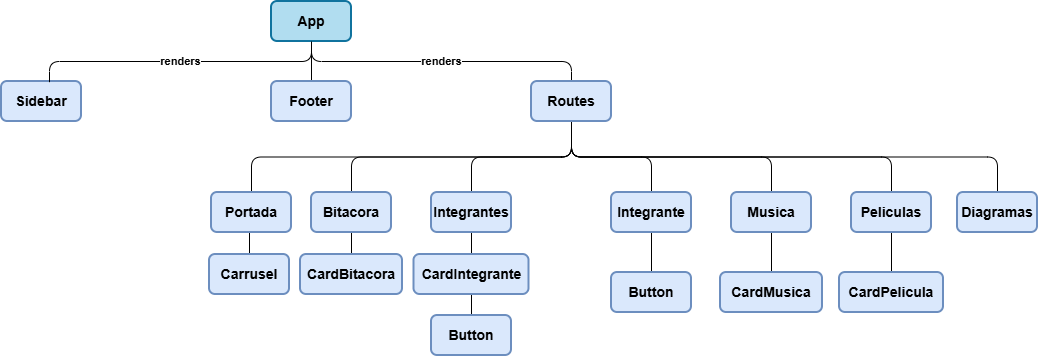
Before: public/Renderizado.drawio.png, a diagram exported from draw.io (romanrios/ifts-front-tp3). Source tidied: cells renumbered, new cells last; positions are measured from the earlier drawing's top-left corner, leaving out a move shared by most shapes.
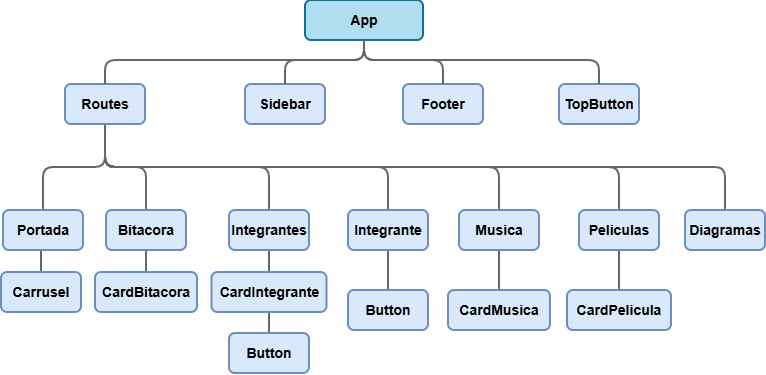
Above is the later version.

Commit message:
diagrama modo oscuro

Diff of the diagram source:
```diff
@@ -2,92 +2,83 @@
   <root>
     <mxCell id="0" />
     <mxCell id="1" parent="0" />
-    <mxCell id="2" value="&lt;b&gt;renders&lt;/b&gt;" style="edgeStyle=orthogonalEdgeStyle;rounded=1;jettySize=auto;html=1;exitX=0.5;exitY=1;exitDx=0;exitDy=0;curved=0;endArrow=none;endFill=0;" parent="1" edge="1" source="4" target="13">
-      <mxGeometry relative="1" as="geometry" />
-    </mxCell>
-    <mxCell id="3" style="edgeStyle=orthogonalEdgeStyle;rounded=0;jettySize=auto;html=1;exitX=0.5;exitY=1;exitDx=0;exitDy=0;endArrow=none;endFill=0;" parent="1" edge="1" source="4" target="38">
-      <mxGeometry relative="1" as="geometry" />
-    </mxCell>
     <mxCell id="4" value="App" style="rounded=1;whiteSpace=wrap;html=1;fillColor=#b1ddf0;strokeColor=#10739e;strokeWidth=2;fontStyle=1;fontSize=14;" parent="1" vertex="1">
-      <mxGeometry x="270" width="80" height="40" as="geometry" />
+      <mxGeometry x="280" y="-19" width="118" height="40" as="geometry" />
     </mxCell>
     <mxCell id="5" value="Sidebar" style="rounded=1;whiteSpace=wrap;html=1;fillColor=#dae8fc;strokeColor=#6c8ebf;strokeWidth=2;fontStyle=1;fontSize=14;" parent="1" vertex="1">
-      <mxGeometry y="80" width="80" height="40" as="geometry" />
+      <mxGeometry x="220" y="65" width="80" height="40" as="geometry" />
     </mxCell>
-    <mxCell id="6" style="edgeStyle=orthogonalEdgeStyle;rounded=1;jettySize=auto;html=1;exitX=0.5;exitY=1;exitDx=0;exitDy=0;entryX=0.5;entryY=0;entryDx=0;entryDy=0;curved=0;endArrow=none;endFill=0;" parent="1" edge="1" source="13" target="16">
+    <mxCell id="6" style="edgeStyle=orthogonalEdgeStyle;rounded=1;jettySize=auto;html=1;exitX=0.5;exitY=1;exitDx=0;exitDy=0;entryX=0.5;entryY=0;entryDx=0;entryDy=0;curved=0;endArrow=none;endFill=0;fillColor=#f5f5f5;strokeColor=#666666;strokeWidth=2;" parent="1" edge="1" source="13" target="16">
       <mxGeometry relative="1" as="geometry" />
     </mxCell>
-    <mxCell id="7" style="edgeStyle=orthogonalEdgeStyle;rounded=1;jettySize=auto;html=1;exitX=0.5;exitY=1;exitDx=0;exitDy=0;entryX=0.5;entryY=0;entryDx=0;entryDy=0;curved=0;endArrow=none;endFill=0;" parent="1" edge="1" source="13" target="18">
+    <mxCell id="7" style="edgeStyle=orthogonalEdgeStyle;rounded=1;jettySize=auto;html=1;exitX=0.5;exitY=1;exitDx=0;exitDy=0;entryX=0.5;entryY=0;entryDx=0;entryDy=0;curved=0;endArrow=none;endFill=0;fillColor=#f5f5f5;strokeColor=#666666;strokeWidth=2;" parent="1" edge="1" source="13" target="18">
       <mxGeometry relative="1" as="geometry" />
     </mxCell>
-    <mxCell id="8" style="edgeStyle=orthogonalEdgeStyle;rounded=1;jettySize=auto;html=1;exitX=0.5;exitY=1;exitDx=0;exitDy=0;curved=0;endArrow=none;endFill=0;" parent="1" edge="1" source="13" target="20">
+    <mxCell id="8" style="edgeStyle=orthogonalEdgeStyle;rounded=1;jettySize=auto;html=1;exitX=0.5;exitY=1;exitDx=0;exitDy=0;curved=0;endArrow=none;endFill=0;fillColor=#f5f5f5;strokeColor=#666666;strokeWidth=2;" parent="1" edge="1" source="13" target="20">
       <mxGeometry relative="1" as="geometry" />
     </mxCell>
-    <mxCell id="9" style="edgeStyle=orthogonalEdgeStyle;rounded=1;jettySize=auto;html=1;exitX=0.5;exitY=1;exitDx=0;exitDy=0;entryX=0.5;entryY=0;entryDx=0;entryDy=0;curved=0;endArrow=none;endFill=0;" parent="1" edge="1" source="13" target="23">
+    <mxCell id="9" style="edgeStyle=orthogonalEdgeStyle;rounded=1;jettySize=auto;html=1;exitX=0.5;exitY=1;exitDx=0;exitDy=0;entryX=0.5;entryY=0;entryDx=0;entryDy=0;curved=0;endArrow=none;endFill=0;fillColor=#f5f5f5;strokeColor=#666666;strokeWidth=2;" parent="1" edge="1" source="13" target="23">
       <mxGeometry relative="1" as="geometry" />
     </mxCell>
-    <mxCell id="10" style="edgeStyle=orthogonalEdgeStyle;rounded=1;jettySize=auto;html=1;exitX=0.5;exitY=1;exitDx=0;exitDy=0;curved=0;endArrow=none;endFill=0;" parent="1" edge="1" source="13" target="25">
+    <mxCell id="10" style="edgeStyle=orthogonalEdgeStyle;rounded=1;jettySize=auto;html=1;exitX=0.5;exitY=1;exitDx=0;exitDy=0;curved=0;endArrow=none;endFill=0;fillColor=#f5f5f5;strokeColor=#666666;strokeWidth=2;" parent="1" edge="1" source="13" target="25">
       <mxGeometry relative="1" as="geometry" />
     </mxCell>
-    <mxCell id="11" style="edgeStyle=orthogonalEdgeStyle;rounded=1;jettySize=auto;html=1;exitX=0.5;exitY=1;exitDx=0;exitDy=0;curved=0;endArrow=none;endFill=0;" parent="1" edge="1" source="13" target="27">
+    <mxCell id="11" style="edgeStyle=orthogonalEdgeStyle;rounded=1;jettySize=auto;html=1;exitX=0.5;exitY=1;exitDx=0;exitDy=0;curved=0;endArrow=none;endFill=0;fillColor=#f5f5f5;strokeColor=#666666;strokeWidth=2;" parent="1" edge="1" source="13" target="27">
       <mxGeometry relative="1" as="geometry" />
     </mxCell>
-    <mxCell id="12" style="edgeStyle=orthogonalEdgeStyle;rounded=1;jettySize=auto;html=1;exitX=0.5;exitY=1;exitDx=0;exitDy=0;curved=0;endArrow=none;endFill=0;" parent="1" edge="1" source="13" target="37">
+    <mxCell id="12" style="edgeStyle=orthogonalEdgeStyle;rounded=1;jettySize=auto;html=1;exitX=0.5;exitY=1;exitDx=0;exitDy=0;curved=0;endArrow=none;endFill=0;fillColor=#f5f5f5;strokeColor=#666666;strokeWidth=2;" parent="1" edge="1" source="13" target="37">
       <mxGeometry relative="1" as="geometry" />
     </mxCell>
     <mxCell id="13" value="Routes" style="rounded=1;whiteSpace=wrap;html=1;fillColor=#dae8fc;strokeColor=#6c8ebf;strokeWidth=2;fontStyle=1;fontSize=14;" parent="1" vertex="1">
-      <mxGeometry x="530" y="80" width="80" height="40" as="geometry" />
+      <mxGeometry x="40" y="65" width="80" height="40" as="geometry" />
     </mxCell>
-    <mxCell id="14" value="&lt;b&gt;renders&lt;/b&gt;" style="edgeStyle=orthogonalEdgeStyle;rounded=1;jettySize=auto;html=1;exitX=0.5;exitY=1;exitDx=0;exitDy=0;entryX=0.6;entryY=0.017;entryDx=0;entryDy=0;entryPerimeter=0;curved=0;endArrow=none;endFill=0;" parent="1" edge="1" source="4" target="5">
-      <mxGeometry relative="1" as="geometry" />
-    </mxCell>
-    <mxCell id="15" style="edgeStyle=orthogonalEdgeStyle;rounded=0;jettySize=auto;html=1;exitX=0.5;exitY=1;exitDx=0;exitDy=0;entryX=0.5;entryY=0;entryDx=0;entryDy=0;endArrow=none;endFill=0;" parent="1" edge="1" source="16" target="39">
+    <mxCell id="15" style="edgeStyle=orthogonalEdgeStyle;rounded=0;jettySize=auto;html=1;exitX=0.5;exitY=1;exitDx=0;exitDy=0;entryX=0.5;entryY=0;entryDx=0;entryDy=0;endArrow=none;endFill=0;fillColor=#f5f5f5;strokeColor=#666666;strokeWidth=2;" parent="1" edge="1" source="16" target="39">
       <mxGeometry relative="1" as="geometry" />
     </mxCell>
     <mxCell id="16" value="Portada" style="rounded=1;whiteSpace=wrap;html=1;fillColor=#dae8fc;strokeColor=#6c8ebf;strokeWidth=2;fontStyle=1;fontSize=14;" parent="1" vertex="1">
-      <mxGeometry x="210" y="191" width="80" height="40" as="geometry" />
+      <mxGeometry x="-22" y="191" width="80" height="40" as="geometry" />
     </mxCell>
-    <mxCell id="17" style="edgeStyle=orthogonalEdgeStyle;rounded=0;jettySize=auto;html=1;exitX=0.5;exitY=1;exitDx=0;exitDy=0;entryX=0.5;entryY=0;entryDx=0;entryDy=0;endArrow=none;endFill=0;" parent="1" edge="1" source="18" target="36">
+    <mxCell id="17" style="edgeStyle=orthogonalEdgeStyle;rounded=0;jettySize=auto;html=1;exitX=0.5;exitY=1;exitDx=0;exitDy=0;entryX=0.5;entryY=0;entryDx=0;entryDy=0;endArrow=none;endFill=0;fillColor=#f5f5f5;strokeColor=#666666;strokeWidth=2;" parent="1" edge="1" source="18" target="36">
       <mxGeometry relative="1" as="geometry" />
     </mxCell>
     <mxCell id="18" value="Bitacora" style="rounded=1;whiteSpace=wrap;html=1;fillColor=#dae8fc;strokeColor=#6c8ebf;strokeWidth=2;fontStyle=1;fontSize=14;" parent="1" vertex="1">
-      <mxGeometry x="310" y="191" width="80" height="40" as="geometry" />
+      <mxGeometry x="81" y="191" width="80" height="40" as="geometry" />
     </mxCell>
-    <mxCell id="19" style="edgeStyle=orthogonalEdgeStyle;rounded=1;jettySize=auto;html=1;exitX=0.5;exitY=1;exitDx=0;exitDy=0;entryX=0.5;entryY=0;entryDx=0;entryDy=0;curved=0;endArrow=none;endFill=0;" parent="1" edge="1" source="20" target="29">
+    <mxCell id="19" style="edgeStyle=orthogonalEdgeStyle;rounded=1;jettySize=auto;html=1;exitX=0.5;exitY=1;exitDx=0;exitDy=0;entryX=0.5;entryY=0;entryDx=0;entryDy=0;curved=0;endArrow=none;endFill=0;fillColor=#f5f5f5;strokeColor=#666666;strokeWidth=2;" parent="1" edge="1" source="20" target="29">
       <mxGeometry relative="1" as="geometry" />
     </mxCell>
     <mxCell id="20" value="Integrantes" style="rounded=1;whiteSpace=wrap;html=1;fillColor=#dae8fc;strokeColor=#6c8ebf;strokeWidth=2;fontStyle=1;fontSize=14;" parent="1" vertex="1">
-      <mxGeometry x="430" y="191" width="80" height="40" as="geometry" />
+      <mxGeometry x="204" y="191" width="80" height="40" as="geometry" />
     </mxCell>
-    <mxCell id="21" style="edgeStyle=orthogonalEdgeStyle;rounded=1;jettySize=auto;html=1;exitX=0.5;exitY=1;exitDx=0;exitDy=0;entryX=0.5;entryY=0;entryDx=0;entryDy=0;strokeColor=none;curved=0;endArrow=none;endFill=0;" parent="1" edge="1" source="23" target="33">
+    <mxCell id="21" style="edgeStyle=orthogonalEdgeStyle;rounded=1;jettySize=auto;html=1;exitX=0.5;exitY=1;exitDx=0;exitDy=0;entryX=0.5;entryY=0;entryDx=0;entryDy=0;strokeColor=#666666;curved=0;endArrow=none;endFill=0;fillColor=#f5f5f5;strokeWidth=2;" parent="1" edge="1" source="23" target="33">
       <mxGeometry relative="1" as="geometry" />
     </mxCell>
-    <mxCell id="22" style="edgeStyle=orthogonalEdgeStyle;rounded=0;jettySize=auto;html=1;exitX=0.5;exitY=1;exitDx=0;exitDy=0;entryX=0.5;entryY=0;entryDx=0;entryDy=0;endArrow=none;endFill=0;" parent="1" edge="1" source="23" target="33">
+    <mxCell id="22" style="edgeStyle=orthogonalEdgeStyle;rounded=0;jettySize=auto;html=1;exitX=0.5;exitY=1;exitDx=0;exitDy=0;entryX=0.5;entryY=0;entryDx=0;entryDy=0;endArrow=none;endFill=0;fillColor=#f5f5f5;strokeColor=#666666;strokeWidth=2;" parent="1" edge="1" source="23" target="33">
       <mxGeometry relative="1" as="geometry" />
     </mxCell>
     <mxCell id="23" value="Integrante" style="rounded=1;whiteSpace=wrap;html=1;fillColor=#dae8fc;strokeColor=#6c8ebf;strokeWidth=2;fontStyle=1;fontSize=14;" parent="1" vertex="1">
-      <mxGeometry x="610" y="191" width="80" height="40" as="geometry" />
+      <mxGeometry x="323" y="191" width="80" height="40" as="geometry" />
     </mxCell>
-    <mxCell id="24" style="edgeStyle=orthogonalEdgeStyle;rounded=0;jettySize=auto;html=1;exitX=0.5;exitY=1;exitDx=0;exitDy=0;entryX=0.5;entryY=0;entryDx=0;entryDy=0;endArrow=none;endFill=0;" parent="1" edge="1" source="25" target="34">
+    <mxCell id="24" style="edgeStyle=orthogonalEdgeStyle;rounded=0;jettySize=auto;html=1;exitX=0.5;exitY=1;exitDx=0;exitDy=0;entryX=0.5;entryY=0;entryDx=0;entryDy=0;endArrow=none;endFill=0;fillColor=#f5f5f5;strokeColor=#666666;strokeWidth=2;" parent="1" edge="1" source="25" target="34">
       <mxGeometry relative="1" as="geometry" />
     </mxCell>
     <mxCell id="25" value="Musica" style="rounded=1;whiteSpace=wrap;html=1;fillColor=#dae8fc;strokeColor=#6c8ebf;strokeWidth=2;fontStyle=1;fontSize=14;" parent="1" vertex="1">
-      <mxGeometry x="730" y="191" width="80" height="40" as="geometry" />
+      <mxGeometry x="434" y="191" width="80" height="40" as="geometry" />
     </mxCell>
-    <mxCell id="26" style="edgeStyle=orthogonalEdgeStyle;rounded=0;jettySize=auto;html=1;exitX=0.5;exitY=1;exitDx=0;exitDy=0;entryX=0.5;entryY=0;entryDx=0;entryDy=0;endArrow=none;endFill=0;" parent="1" edge="1" source="27" target="35">
+    <mxCell id="26" style="edgeStyle=orthogonalEdgeStyle;rounded=0;jettySize=auto;html=1;exitX=0.5;exitY=1;exitDx=0;exitDy=0;entryX=0.5;entryY=0;entryDx=0;entryDy=0;endArrow=none;endFill=0;fillColor=#f5f5f5;strokeColor=#666666;strokeWidth=2;" parent="1" edge="1" source="27" target="35">
       <mxGeometry relative="1" as="geometry" />
     </mxCell>
     <mxCell id="27" value="Peliculas" style="rounded=1;whiteSpace=wrap;html=1;fillColor=#dae8fc;strokeColor=#6c8ebf;strokeWidth=2;fontStyle=1;fontSize=14;" parent="1" vertex="1">
-      <mxGeometry x="850" y="191" width="80" height="40" as="geometry" />
+      <mxGeometry x="554" y="191" width="80" height="40" as="geometry" />
     </mxCell>
-    <mxCell id="28" style="edgeStyle=orthogonalEdgeStyle;rounded=0;jettySize=auto;html=1;exitX=0.5;exitY=1;exitDx=0;exitDy=0;entryX=0.5;entryY=0;entryDx=0;entryDy=0;endArrow=none;endFill=0;" parent="1" edge="1" source="29" target="30">
+    <mxCell id="28" style="edgeStyle=orthogonalEdgeStyle;rounded=0;jettySize=auto;html=1;exitX=0.5;exitY=1;exitDx=0;exitDy=0;entryX=0.5;entryY=0;entryDx=0;entryDy=0;endArrow=none;endFill=0;fillColor=#f5f5f5;strokeColor=#666666;strokeWidth=2;" parent="1" edge="1" source="29" target="30">
       <mxGeometry relative="1" as="geometry" />
     </mxCell>
     <mxCell id="29" value="CardIntegrante" style="rounded=1;whiteSpace=wrap;html=1;fillColor=#dae8fc;strokeColor=#6c8ebf;strokeWidth=2;fontStyle=1;fontSize=14;" parent="1" vertex="1">
-      <mxGeometry x="412.5" y="253" width="115" height="40" as="geometry" />
+      <mxGeometry x="186.5" y="253" width="115" height="40" as="geometry" />
     </mxCell>
     <mxCell id="30" value="Button" style="rounded=1;whiteSpace=wrap;html=1;fillColor=#dae8fc;strokeColor=#6c8ebf;strokeWidth=2;fontStyle=1;fontSize=14;" parent="1" vertex="1">
-      <mxGeometry x="430" y="314" width="80" height="40" as="geometry" />
+      <mxGeometry x="204" y="314" width="80" height="40" as="geometry" />
     </mxCell>
     <mxCell id="31" style="edgeStyle=orthogonalEdgeStyle;rounded=0;orthogonalLoop=1;jettySize=auto;html=1;exitX=0.5;exitY=1;exitDx=0;exitDy=0;" parent="1" edge="1" source="20" target="20">
       <mxGeometry relative="1" as="geometry" />
@@ -96,25 +87,60 @@
       <mxGeometry relative="1" as="geometry" />
     </mxCell>
     <mxCell id="33" value="Button" style="rounded=1;whiteSpace=wrap;html=1;fillColor=#dae8fc;strokeColor=#6c8ebf;strokeWidth=2;fontStyle=1;fontSize=14;" parent="1" vertex="1">
-      <mxGeometry x="610" y="271" width="80" height="40" as="geometry" />
+      <mxGeometry x="323" y="271" width="80" height="40" as="geometry" />
     </mxCell>
     <mxCell id="34" value="CardMusica" style="rounded=1;whiteSpace=wrap;html=1;fillColor=#dae8fc;strokeColor=#6c8ebf;strokeWidth=2;fontStyle=1;fontSize=14;" parent="1" vertex="1">
-      <mxGeometry x="719" y="271" width="102" height="40" as="geometry" />
+      <mxGeometry x="423" y="271" width="102" height="40" as="geometry" />
     </mxCell>
     <mxCell id="35" value="CardPelicula" style="rounded=1;whiteSpace=wrap;html=1;fillColor=#dae8fc;strokeColor=#6c8ebf;strokeWidth=2;fontStyle=1;fontSize=14;" parent="1" vertex="1">
-      <mxGeometry x="838" y="271" width="104" height="40" as="geometry" />
+      <mxGeometry x="542" y="271" width="104" height="40" as="geometry" />
     </mxCell>
     <mxCell id="36" value="CardBitacora" style="rounded=1;whiteSpace=wrap;html=1;fillColor=#dae8fc;strokeColor=#6c8ebf;strokeWidth=2;fontStyle=1;fontSize=14;" parent="1" vertex="1">
-      <mxGeometry x="299" y="253" width="102" height="40" as="geometry" />
+      <mxGeometry x="70" y="253" width="102" height="40" as="geometry" />
     </mxCell>
     <mxCell id="37" value="Diagramas" style="rounded=1;whiteSpace=wrap;html=1;fillColor=#dae8fc;strokeColor=#6c8ebf;strokeWidth=2;fontStyle=1;fontSize=14;" parent="1" vertex="1">
-      <mxGeometry x="956" y="191" width="80" height="40" as="geometry" />
+      <mxGeometry x="660" y="191" width="80" height="40" as="geometry" />
     </mxCell>
     <mxCell id="38" value="Footer" style="rounded=1;whiteSpace=wrap;html=1;fillColor=#dae8fc;strokeColor=#6c8ebf;strokeWidth=2;fontStyle=1;fontSize=14;" parent="1" vertex="1">
-      <mxGeometry x="270" y="80" width="80" height="40" as="geometry" />
+      <mxGeometry x="378" y="65" width="80" height="40" as="geometry" />
     </mxCell>
     <mxCell id="39" value="Carrusel" style="rounded=1;whiteSpace=wrap;html=1;fillColor=#dae8fc;strokeColor=#6c8ebf;strokeWidth=2;fontStyle=1;fontSize=14;" parent="1" vertex="1">
-      <mxGeometry x="208" y="253" width="80" height="40" as="geometry" />
+      <mxGeometry x="-24" y="253" width="80" height="40" as="geometry" />
     </mxCell>
+    <mxCell id="40" value="TopButton" style="rounded=1;whiteSpace=wrap;html=1;fillColor=#dae8fc;strokeColor=#6c8ebf;strokeWidth=2;fontStyle=1;fontSize=14;" parent="1" vertex="1">
+      <mxGeometry x="534" y="65" width="80" height="40" as="geometry" />
+    </mxCell>
+    <mxCell id="41" style="edgeStyle=orthogonalEdgeStyle;rounded=1;jettySize=auto;html=1;exitX=0.5;exitY=1;exitDx=0;exitDy=0;curved=0;endArrow=none;endFill=0;entryX=0.5;entryY=0;entryDx=0;entryDy=0;fillColor=#f5f5f5;strokeColor=#666666;strokeWidth=2;" parent="1" edge="1" source="4" target="40">
+      <mxGeometry relative="1" as="geometry">
+        <Array as="points">
+          <mxPoint x="339" y="41" />
+          <mxPoint x="574" y="41" />
+        </Array>
+      </mxGeometry>
+    </mxCell>
+    <mxCell id="14" style="edgeStyle=orthogonalEdgeStyle;rounded=1;jettySize=auto;html=1;curved=0;endArrow=none;endFill=0;entryX=0.5;entryY=0;entryDx=0;entryDy=0;exitX=0.5;exitY=1;exitDx=0;exitDy=0;fillColor=#f5f5f5;strokeColor=#666666;strokeWidth=2;" parent="1" edge="1" source="4" target="5">
+      <mxGeometry relative="1" as="geometry">
+        <Array as="points">
+          <mxPoint x="339" y="41" />
+          <mxPoint x="260" y="41" />
+        </Array>
+      </mxGeometry>
+    </mxCell>
+    <mxCell id="3" style="edgeStyle=orthogonalEdgeStyle;rounded=1;jettySize=auto;html=1;curved=0;endArrow=none;endFill=0;entryX=0.5;entryY=0;entryDx=0;entryDy=0;exitX=0.5;exitY=1;exitDx=0;exitDy=0;fillColor=#f5f5f5;strokeColor=#666666;strokeWidth=2;" parent="1" edge="1" source="4" target="38">
+      <mxGeometry relative="1" as="geometry">
+        <Array as="points">
+          <mxPoint x="339" y="41" />
+          <mxPoint x="418" y="41" />
+        </Array>
+      </mxGeometry>
+    </mxCell>
+    <mxCell id="2" style="edgeStyle=orthogonalEdgeStyle;rounded=1;jettySize=auto;html=1;curved=0;endArrow=none;endFill=0;entryX=0.5;entryY=0;entryDx=0;entryDy=0;exitX=0.5;exitY=1;exitDx=0;exitDy=0;fillColor=#f5f5f5;strokeColor=#666666;strokeWidth=2;" parent="1" edge="1" source="4" target="13">
+      <mxGeometry relative="1" as="geometry">
+        <Array as="points">
+          <mxPoint x="339" y="41" />
+          <mxPoint x="80" y="41" />
+        </Array>
+      </mxGeometry>
+    </mxCell>
   </root>
 </mxGraphModel>
```
